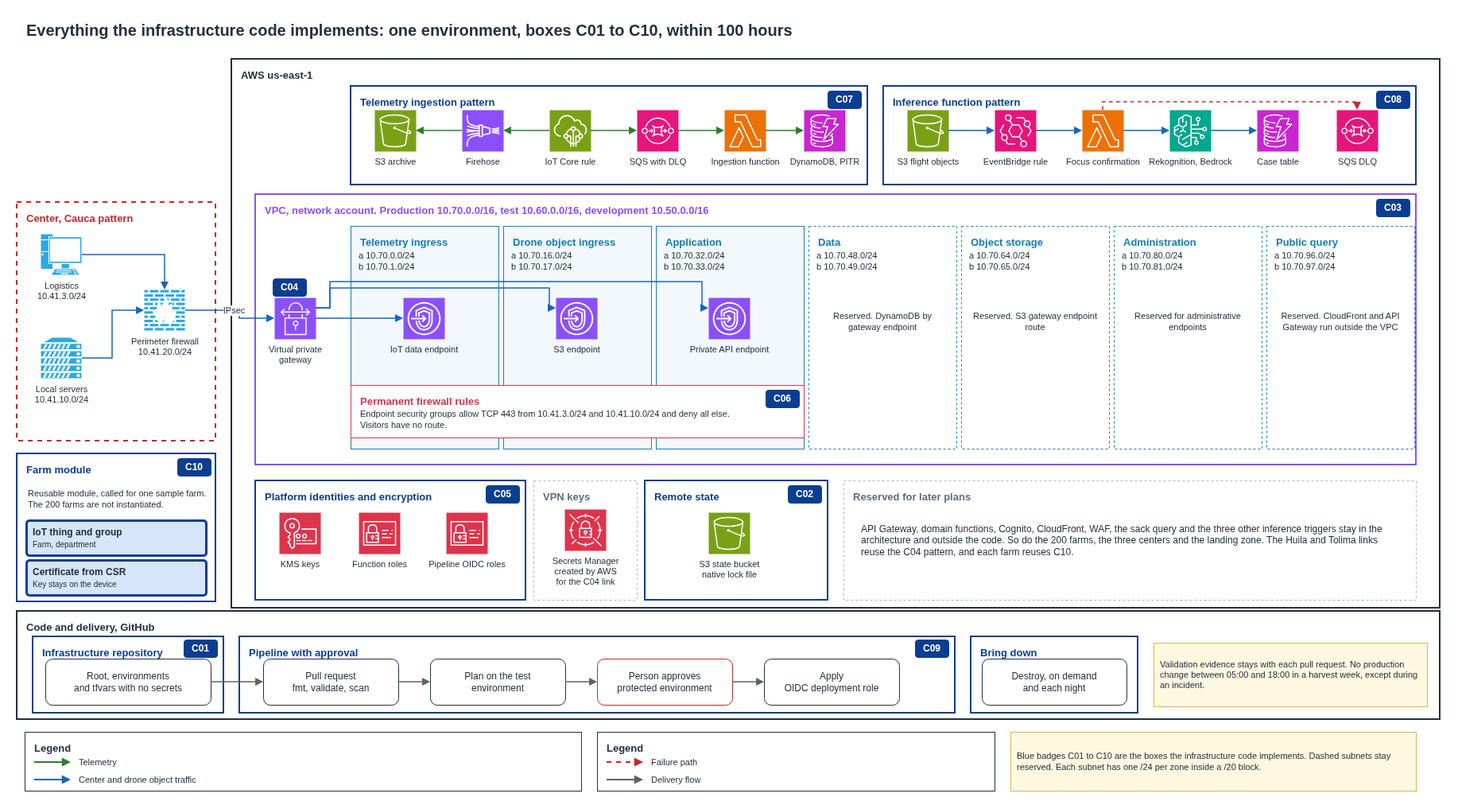
Before: docs/architecture/diagrams/02-implementation-scope.drawio.png, a diagram exported from draw.io (aromapacifico-devops/aromapacifico-devops-docs). Source tidied: cells renumbered, new cells last; positions are measured from the earlier drawing's top-left corner, leaving out a move shared by most shapes.
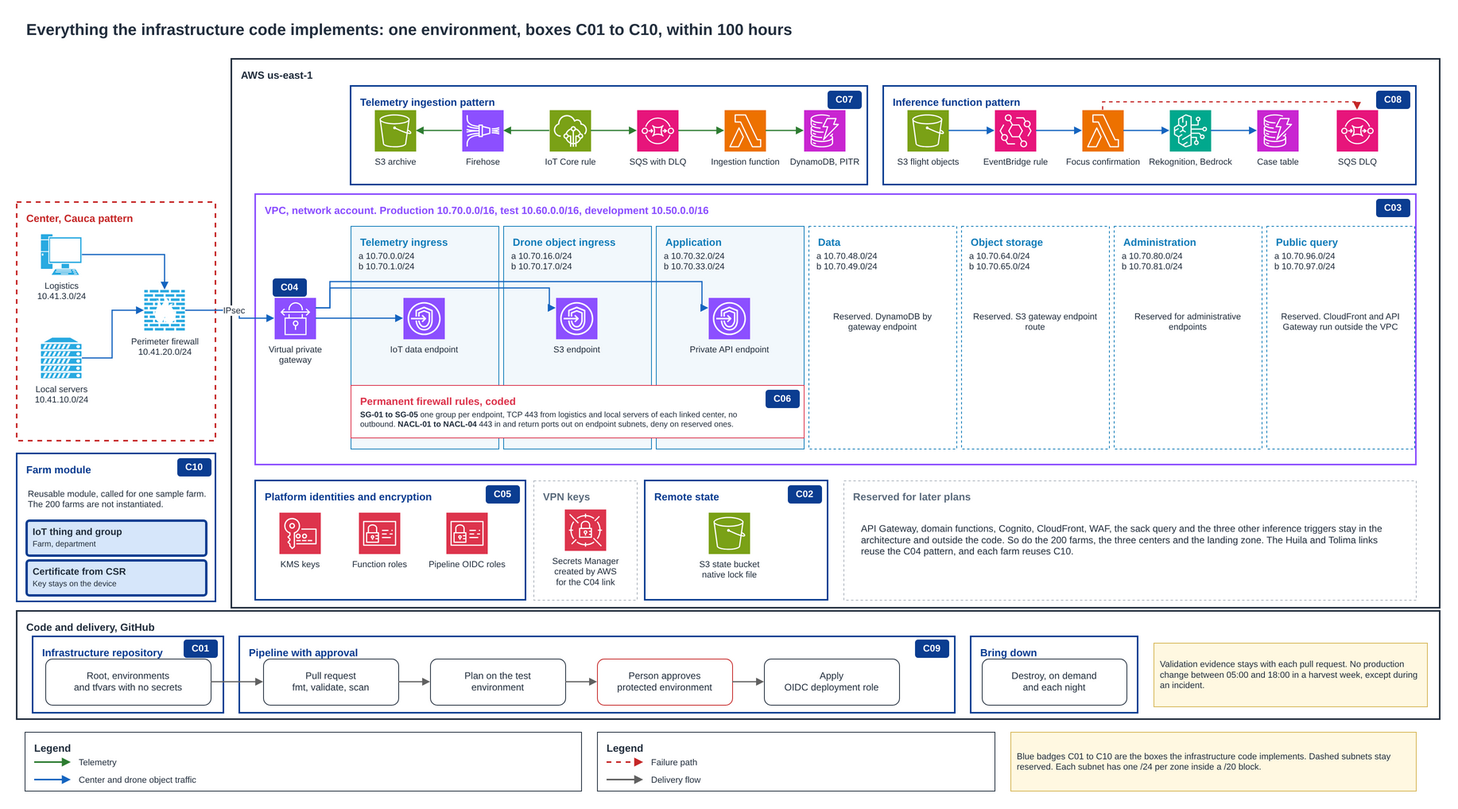
After the change.

Commit message:
docs(architecture): mark the permanent cloud firewall rules on C06

Diff of the diagram source:
```diff
@@ -95,14 +95,14 @@
     <mxCell id="32" value="C04" style="rounded=1;whiteSpace=wrap;html=1;fillColor=#0B3D91;strokeColor=#0B3D91;fontColor=#FFFFFF;fontSize=12;fontStyle=1;align=center;verticalAlign=middle;" parent="1" vertex="1">
       <mxGeometry x="322" y="330" width="42" height="22" as="geometry" />
     </mxCell>
-    <mxCell id="33" value="Permanent firewall rules" style="rounded=0;whiteSpace=wrap;html=1;fillColor=#FFFFFF;strokeColor=#DD344C;strokeWidth=1;dashed=0;verticalAlign=top;align=left;spacingLeft=10;spacingRight=10;spacingTop=6;fontSize=13;fontStyle=1;fontColor=#DD344C;" parent="1" vertex="1">
+    <mxCell id="33" value="Permanent firewall rules, coded" style="rounded=0;whiteSpace=wrap;html=1;fillColor=#FFFFFF;strokeColor=#DD344C;strokeWidth=1;dashed=0;verticalAlign=top;align=left;spacingLeft=10;spacingRight=10;spacingTop=6;fontSize=13;fontStyle=1;fontColor=#DD344C;" parent="1" vertex="1">
       <mxGeometry x="420" y="464" width="570" height="66" as="geometry" />
     </mxCell>
     <mxCell id="34" value="C06" style="rounded=1;whiteSpace=wrap;html=1;fillColor=#0B3D91;strokeColor=#0B3D91;fontColor=#FFFFFF;fontSize=12;fontStyle=1;align=center;verticalAlign=middle;" parent="1" vertex="1">
       <mxGeometry x="942" y="470" width="42" height="22" as="geometry" />
     </mxCell>
-    <mxCell id="35" value="Endpoint security groups allow TCP 443 from 10.41.3.0/24 and 10.41.10.0/24 and deny all else. Visitors have no route." style="text;html=1;whiteSpace=wrap;strokeColor=none;fillColor=none;align=left;verticalAlign=middle;fontSize=11;fontColor=#232F3E;fontStyle=0;" parent="1" vertex="1">
-      <mxGeometry x="430" y="488" width="500" height="38" as="geometry" />
+    <mxCell id="35" value="&lt;b&gt;SG-01 to SG-05&lt;/b&gt; one group per endpoint, TCP 443 from logistics and local servers of each linked center, no outbound. &lt;b&gt;NACL-01 to NACL-04&lt;/b&gt; 443 in and return ports out on endpoint subnets, deny on reserved ones." style="text;html=1;whiteSpace=wrap;strokeColor=none;fillColor=none;align=left;verticalAlign=middle;fontSize=10;fontColor=#232F3E;fontStyle=0;" parent="1" vertex="1">
+      <mxGeometry x="430" y="486" width="505" height="42" as="geometry" />
     </mxCell>
     <mxCell id="36" value="Telemetry ingestion pattern" style="rounded=0;whiteSpace=wrap;html=1;fillColor=none;strokeColor=#0B3D91;strokeWidth=2;dashed=0;verticalAlign=top;align=left;spacingLeft=10;spacingRight=10;spacingTop=6;fontSize=13;fontStyle=1;fontColor=#0B3D91;" parent="1" vertex="1">
       <mxGeometry x="420" y="88" width="650" height="124" as="geometry" />
```
